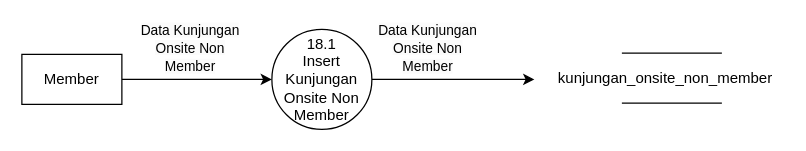
Earlier version of the draw.io diagram page "DFD Level 2 Proses 18" (42 of 46) of Sistem Informasi Perpustakaan Terpadu/Diagram Tanpa Judul.drawio (umarshd/dfd-skripsi). Source tidied: cells renumbered, new cells numbered last; positions are measured from the earlier drawing's top-left corner, leaving out a move shared by most shapes. Both pictures are drawn from the tidied source at 125%, with x=0, y=0 at pixel (21, 29).
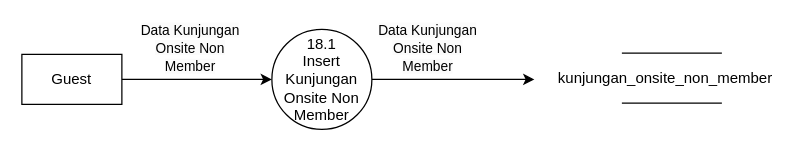
Above is the later version.

Diff of the diagram source:
```diff
@@
 <mxGraphModel>
   <root>
     <mxCell id="0" />
     <mxCell id="1" parent="0" />
     <mxCell id="2" style="edgeStyle=orthogonalEdgeStyle;rounded=0;jettySize=auto;html=1;exitX=1;exitY=0.5;exitDx=0;exitDy=0;" parent="1" edge="1" source="3">
       <mxGeometry relative="1" as="geometry">
         <mxPoint x="410" y="40" as="targetPoint" />
       </mxGeometry>
     </mxCell>
     <mxCell id="3" value="18.1&lt;br&gt;Insert Kunjungan Onsite Non Member" style="ellipse;whiteSpace=wrap;html=1;" parent="1" vertex="1">
       <mxGeometry x="200" width="80" height="80" as="geometry" />
     </mxCell>
     <mxCell id="4" style="edgeStyle=orthogonalEdgeStyle;rounded=0;jettySize=auto;html=1;entryX=0;entryY=0.5;entryDx=0;entryDy=0;" parent="1" edge="1" source="5" target="3">
       <mxGeometry relative="1" as="geometry" />
     </mxCell>
-    <mxCell id="5" value="Member" style="rounded=0;whiteSpace=wrap;html=1;" parent="1" vertex="1">
+    <mxCell id="5" value="Guest" style="rounded=0;whiteSpace=wrap;html=1;" parent="1" vertex="1">
       <mxGeometry y="20" width="80" height="40" as="geometry" />
     </mxCell>
     <mxCell id="6" style="endArrow=none;html=1;rounded=0;" parent="1" edge="1">
       <mxGeometry relative="1" as="geometry">
         <mxPoint x="480" y="19" as="sourcePoint" />
         <mxPoint x="560" y="19" as="targetPoint" />
       </mxGeometry>
     </mxCell>
     <mxCell id="7" style="endArrow=none;html=1;rounded=0;" parent="1" edge="1">
       <mxGeometry relative="1" as="geometry">
         <mxPoint x="480" y="59" as="sourcePoint" />
         <mxPoint x="560" y="59" as="targetPoint" />
       </mxGeometry>
     </mxCell>
     <mxCell id="8" value="kunjungan_onsite_non_member" style="text;html=1;strokeColor=none;fillColor=none;align=center;verticalAlign=middle;whiteSpace=wrap;rounded=0;" parent="1" vertex="1">
       <mxGeometry x="420" y="24" width="190" height="30" as="geometry" />
     </mxCell>
     <mxCell id="9" value="&lt;span style=&quot;color: rgb(0, 0, 0); font-family: Helvetica; font-size: 11px; font-style: normal; font-variant-ligatures: normal; font-variant-caps: normal; font-weight: 400; letter-spacing: normal; orphans: 2; text-align: center; text-indent: 0px; text-transform: none; widows: 2; word-spacing: 0px; -webkit-text-stroke-width: 0px; background-color: rgb(251, 251, 251); text-decoration-thickness: initial; text-decoration-style: initial; text-decoration-color: initial; float: none; display: inline !important;&quot;&gt;Data Kunjungan Onsite Non Member&lt;/span&gt;" style="text;html=1;strokeColor=none;fillColor=none;align=center;verticalAlign=middle;whiteSpace=wrap;rounded=0;" parent="1" vertex="1">
       <mxGeometry x="280" width="90" height="30" as="geometry" />
     </mxCell>
     <mxCell id="10" value="&lt;span style=&quot;color: rgb(0, 0, 0); font-family: Helvetica; font-size: 11px; font-style: normal; font-variant-ligatures: normal; font-variant-caps: normal; font-weight: 400; letter-spacing: normal; orphans: 2; text-align: center; text-indent: 0px; text-transform: none; widows: 2; word-spacing: 0px; -webkit-text-stroke-width: 0px; background-color: rgb(251, 251, 251); text-decoration-thickness: initial; text-decoration-style: initial; text-decoration-color: initial; float: none; display: inline !important;&quot;&gt;Data Kunjungan Onsite Non Member&lt;/span&gt;" style="text;html=1;strokeColor=none;fillColor=none;align=center;verticalAlign=middle;whiteSpace=wrap;rounded=0;" parent="1" vertex="1">
       <mxGeometry x="90" width="90" height="30" as="geometry" />
     </mxCell>
   </root>
 </mxGraphModel>
```
